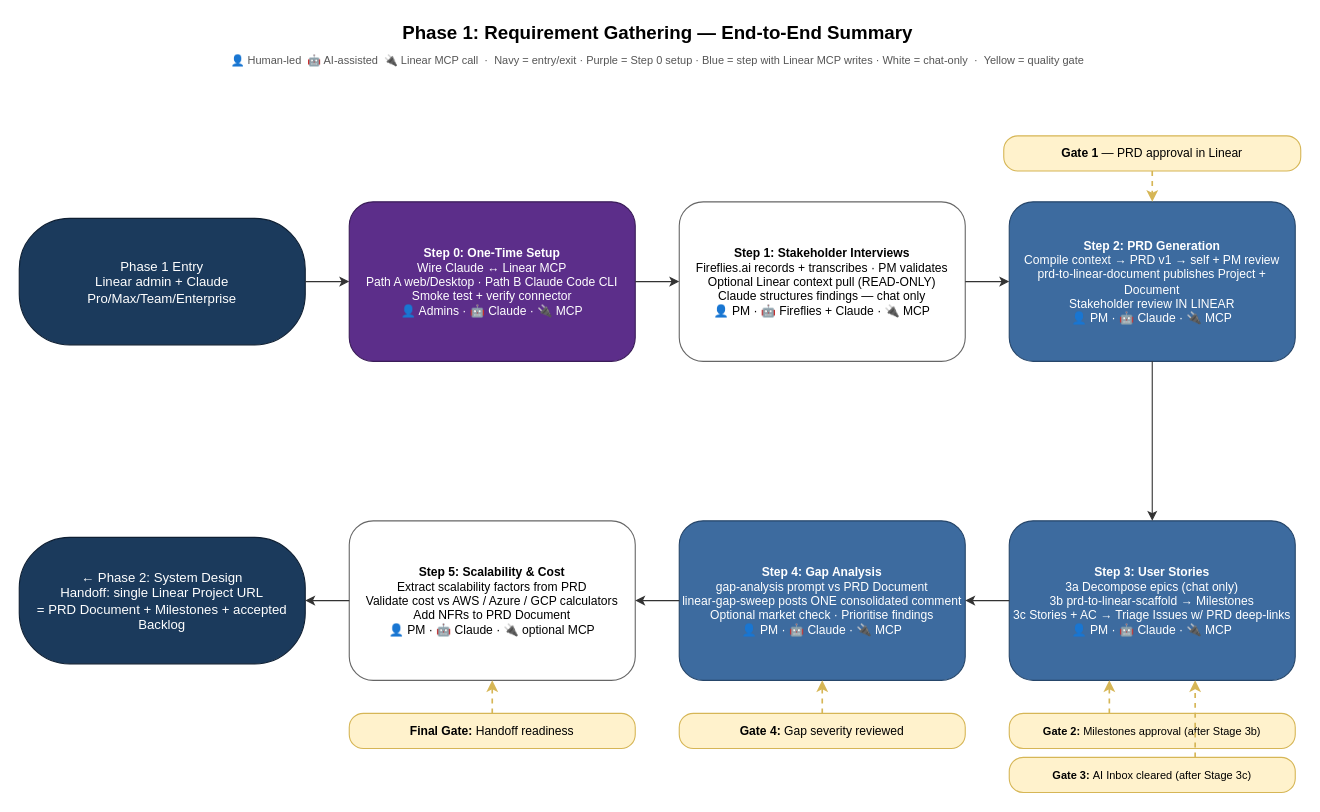
Above: aidlc-phases/01-requirement-gathering/FLOWCHART-SUMMARY-horizontal.drawio in kalpat-allion/ai-dlc (draw.io), before the change. Source tidied: cells renumbered, new cells numbered last; positions are measured from the earlier drawing's top-left corner, leaving out a move shared by most shapes. Both pictures are drawn from the tidied source at 110%, with x=0, y=0 at pixel (19, 19).
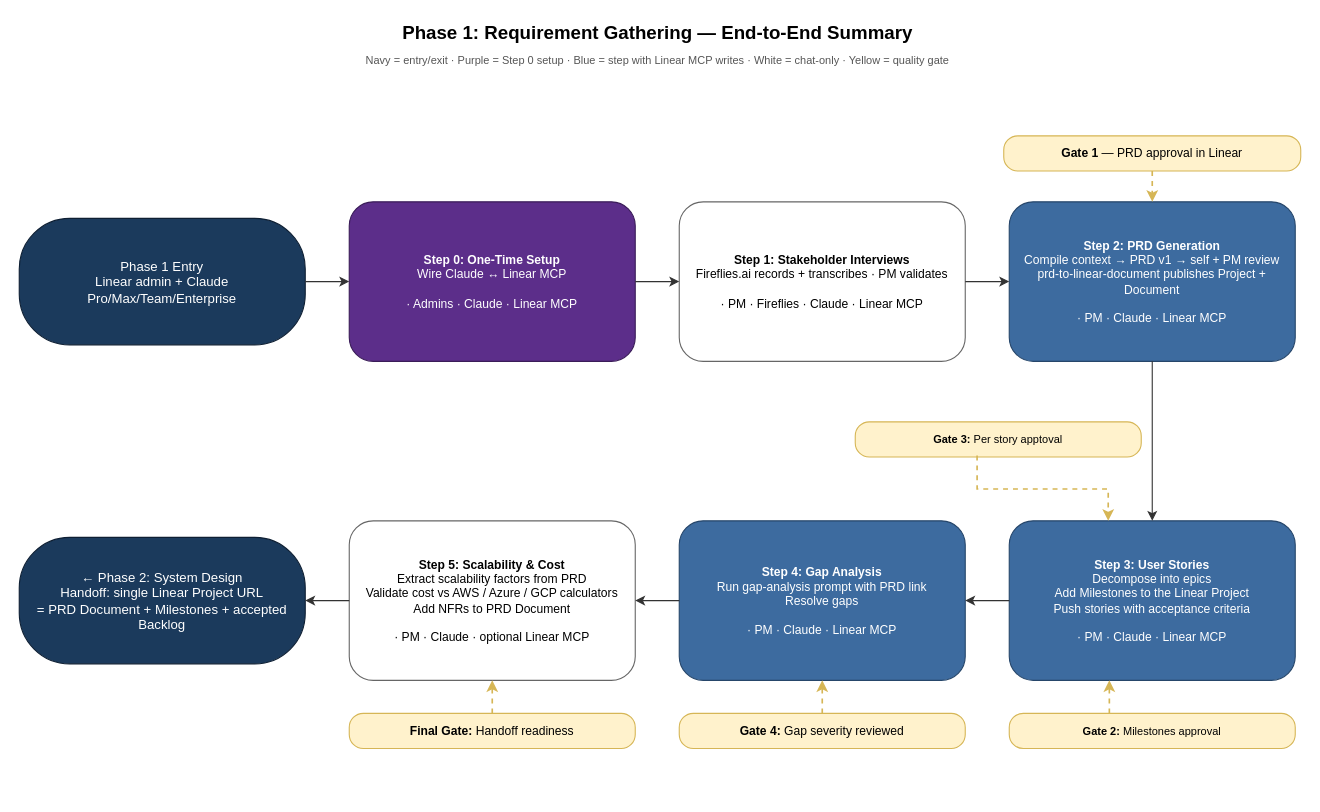
Above is the later version.

Commit message (it also covers changes not shown here):
summary flowcharts drawio

Diff of the diagram source:
```diff
@@
-    <mxCell id="3" value="👤 Human-led&amp;nbsp;&amp;nbsp;🤖 AI-assisted&amp;nbsp;&amp;nbsp;🔌 Linear MCP call&amp;nbsp;&amp;nbsp;·&amp;nbsp;&amp;nbsp;Navy = entry/exit · Purple = Step 0 setup · Blue = step with Linear MCP writes · White = chat-only&amp;nbsp;&amp;nbsp;·&amp;nbsp;&amp;nbsp;Yellow = quality gate" style="text;html=1;align=center;verticalAlign=middle;fontSize=10;fontColor=#555555;" parent="1" vertex="1">
+    <mxCell id="3" value="Navy = entry/exit · Purple = Step 0 setup · Blue = step with Linear MCP writes · White = chat-only · Yellow = quality gate" style="text;html=1;align=center;verticalAlign=middle;fontSize=10;fontColor=#555555;" parent="1" vertex="1">
       <mxGeometry y="28" width="1160" height="18" as="geometry" />
     </mxCell>
@@
-    <mxCell id="6" value="&lt;b&gt;Step 0: One-Time Setup&lt;/b&gt;&lt;br&gt;Wire Claude ↔ Linear MCP&lt;br&gt;Path A web/Desktop · Path B Claude Code CLI&lt;br&gt;Smoke test + verify connector&lt;br&gt;👤 Admins · 🤖 Claude · 🔌 MCP" style="rounded=1;whiteSpace=wrap;html=1;fillColor=#5C2E8A;fontColor=#FFFFFF;strokeColor=#3A1C58;fontSize=11;" parent="1" vertex="1">
+    <mxCell id="6" value="&lt;b&gt;Step 0: One-Time Setup&lt;/b&gt;&lt;br&gt;Wire Claude ↔ Linear MCP&lt;br&gt;&lt;br&gt;· Admins · Claude · Linear MCP" style="rounded=1;whiteSpace=wrap;html=1;fillColor=#5C2E8A;fontColor=#FFFFFF;strokeColor=#3A1C58;fontSize=11;" parent="1" vertex="1">
       <mxGeometry x="300" y="166" width="260" height="145" as="geometry" />
     </mxCell>
-    <mxCell id="7" value="&lt;b&gt;Step 1: Stakeholder Interviews&lt;/b&gt;&lt;br&gt;Fireflies.ai records + transcribes · PM validates&lt;br&gt;Optional Linear context pull (READ-ONLY)&lt;br&gt;Claude structures findings — chat only&lt;br&gt;👤 PM · 🤖 Fireflies + Claude · 🔌 MCP" style="rounded=1;whiteSpace=wrap;html=1;fillColor=#FFFFFF;fontColor=#000000;strokeColor=#666666;fontSize=11;" parent="1" vertex="1">
+    <mxCell id="7" value="&lt;b&gt;Step 1: Stakeholder Interviews&lt;/b&gt;&lt;br&gt;Fireflies.ai records + transcribes · PM validates&lt;br&gt;&lt;br&gt;· PM · Fireflies · Claude · Linear MCP" style="rounded=1;whiteSpace=wrap;html=1;fillColor=#FFFFFF;fontColor=#000000;strokeColor=#666666;fontSize=11;" parent="1" vertex="1">
       <mxGeometry x="600" y="166" width="260" height="145" as="geometry" />
     </mxCell>
-    <mxCell id="8" value="&lt;b&gt;Step 2: PRD Generation&lt;/b&gt;&lt;br&gt;Compile context → PRD v1 → self + PM review&lt;br&gt;prd-to-linear-document publishes Project + Document&lt;br&gt;Stakeholder review IN LINEAR&lt;br&gt;👤 PM · 🤖 Claude · 🔌 MCP" style="rounded=1;whiteSpace=wrap;html=1;fillColor=#3D6B9F;fontColor=#FFFFFF;strokeColor=#26466A;fontSize=11;" parent="1" vertex="1">
+    <mxCell id="8" value="&lt;b&gt;Step 2: PRD Generation&lt;/b&gt;&lt;br&gt;Compile context → PRD v1 → self + PM review&lt;br&gt;prd-to-linear-document publishes Project + Document&lt;br&gt;&lt;br&gt;· PM · Claude · Linear MCP" style="rounded=1;whiteSpace=wrap;html=1;fillColor=#3D6B9F;fontColor=#FFFFFF;strokeColor=#26466A;fontSize=11;" parent="1" vertex="1">
       <mxGeometry x="900" y="166" width="260" height="145" as="geometry" />
     </mxCell>
-    <mxCell id="9" value="&lt;b&gt;Step 3: User Stories&lt;/b&gt;&lt;br&gt;3a Decompose epics (chat only)&lt;br&gt;3b prd-to-linear-scaffold → Milestones&lt;br&gt;3c Stories + AC → Triage Issues w/ PRD deep-links&lt;br&gt;👤 PM · 🤖 Claude · 🔌 MCP" style="rounded=1;whiteSpace=wrap;html=1;fillColor=#3D6B9F;fontColor=#FFFFFF;strokeColor=#26466A;fontSize=11;" parent="1" vertex="1">
+    <mxCell id="9" value="&lt;b&gt;Step 3: User Stories&lt;/b&gt;&lt;br&gt;Decompose into epics&lt;br&gt;Add Milestones to the Linear Project&lt;br&gt;Push stories with acceptance criteria&lt;br&gt;&lt;br&gt;· PM · Claude · Linear MCP" style="rounded=1;whiteSpace=wrap;html=1;fillColor=#3D6B9F;fontColor=#FFFFFF;strokeColor=#26466A;fontSize=11;" parent="1" vertex="1">
       <mxGeometry x="900" y="456" width="260" height="145" as="geometry" />
     </mxCell>
-    <mxCell id="10" value="&lt;b&gt;Step 4: Gap Analysis&lt;/b&gt;&lt;br&gt;gap-analysis prompt vs PRD Document&lt;br&gt;linear-gap-sweep posts ONE consolidated comment&lt;br&gt;Optional market check · Prioritise findings&lt;br&gt;👤 PM · 🤖 Claude · 🔌 MCP" style="rounded=1;whiteSpace=wrap;html=1;fillColor=#3D6B9F;fontColor=#FFFFFF;strokeColor=#26466A;fontSize=11;" parent="1" vertex="1">
+    <mxCell id="10" value="&lt;b&gt;Step 4: Gap Analysis&lt;/b&gt;&lt;br&gt;Run gap-analysis prompt with PRD link&lt;div&gt;Resolve gaps&lt;br&gt;&lt;br&gt;· PM · Claude · Linear MCP&lt;/div&gt;" style="rounded=1;whiteSpace=wrap;html=1;fillColor=#3D6B9F;fontColor=#FFFFFF;strokeColor=#26466A;fontSize=11;" parent="1" vertex="1">
       <mxGeometry x="600" y="456" width="260" height="145" as="geometry" />
     </mxCell>
-    <mxCell id="11" value="&lt;b&gt;Step 5: Scalability &amp;amp; Cost&lt;/b&gt;&lt;br&gt;Extract scalability factors from PRD&lt;br&gt;Validate cost vs AWS / Azure / GCP calculators&lt;br&gt;Add NFRs to PRD Document&lt;br&gt;👤 PM · 🤖 Claude · 🔌 optional MCP" style="rounded=1;whiteSpace=wrap;html=1;fillColor=#FFFFFF;fontColor=#000000;strokeColor=#666666;fontSize=11;" parent="1" vertex="1">
+    <mxCell id="11" value="&lt;b&gt;Step 5: Scalability &amp;amp; Cost&lt;/b&gt;&lt;br&gt;Extract scalability factors from PRD&lt;br&gt;Validate cost vs AWS / Azure / GCP calculators&lt;br&gt;Add NFRs to PRD Document&lt;br&gt;&lt;br&gt;· PM · Claude · optional Linear MCP" style="rounded=1;whiteSpace=wrap;html=1;fillColor=#FFFFFF;fontColor=#000000;strokeColor=#666666;fontSize=11;" parent="1" vertex="1">
       <mxGeometry x="300" y="456" width="260" height="145" as="geometry" />
     </mxCell>
@@
-    <mxCell id="13" value="&lt;b&gt;Gate 2:&amp;nbsp;&lt;/b&gt;Milestones approval (after Stage 3b)" style="rounded=1;whiteSpace=wrap;html=1;fillColor=#FFF2CC;strokeColor=#D6B656;fontSize=10;arcSize=40;" parent="1" vertex="1">
+    <mxCell id="13" value="&lt;b&gt;Gate 2:&amp;nbsp;&lt;/b&gt;Milestones approval" style="rounded=1;whiteSpace=wrap;html=1;fillColor=#FFF2CC;strokeColor=#D6B656;fontSize=10;arcSize=40;" parent="1" vertex="1">
       <mxGeometry x="900" y="631" width="260" height="32" as="geometry" />
     </mxCell>
-    <mxCell id="14" value="&lt;b&gt;Gate 3:&lt;/b&gt;&amp;nbsp;AI Inbox cleared (after Stage 3c)" style="rounded=1;whiteSpace=wrap;html=1;fillColor=#FFF2CC;strokeColor=#D6B656;fontSize=10;arcSize=40;" parent="1" vertex="1">
-      <mxGeometry x="900" y="671" width="260" height="32" as="geometry" />
+    <mxCell id="14" value="&lt;b&gt;Gate 3:&lt;/b&gt;&amp;nbsp;Per story apptoval" style="rounded=1;whiteSpace=wrap;html=1;fillColor=#FFF2CC;strokeColor=#D6B656;fontSize=10;arcSize=40;" parent="1" vertex="1">
+      <mxGeometry x="760" y="366" width="260" height="32" as="geometry" />
     </mxCell>
@@
-    <mxCell id="26" style="endArrow=classic;html=1;rounded=0;strokeColor=#D6B656;strokeWidth=1.5;dashed=1;edgeStyle=orthogonalEdgeStyle;exitX=0.65;exitY=0;exitDx=0;exitDy=0;entryX=0.65;entryY=1;entryDx=0;entryDy=0;" parent="1" edge="1" source="14" target="9">
+    <mxCell id="26" style="endArrow=classic;html=1;rounded=0;strokeColor=#D6B656;strokeWidth=1.5;dashed=1;edgeStyle=orthogonalEdgeStyle;exitX=0.426;exitY=0.956;exitDx=0;exitDy=0;entryX=0.346;entryY=0;entryDx=0;entryDy=0;entryPerimeter=0;exitPerimeter=0;" parent="1" edge="1" source="14" target="9">
       <mxGeometry relative="1" as="geometry" />
     </mxCell>
```
